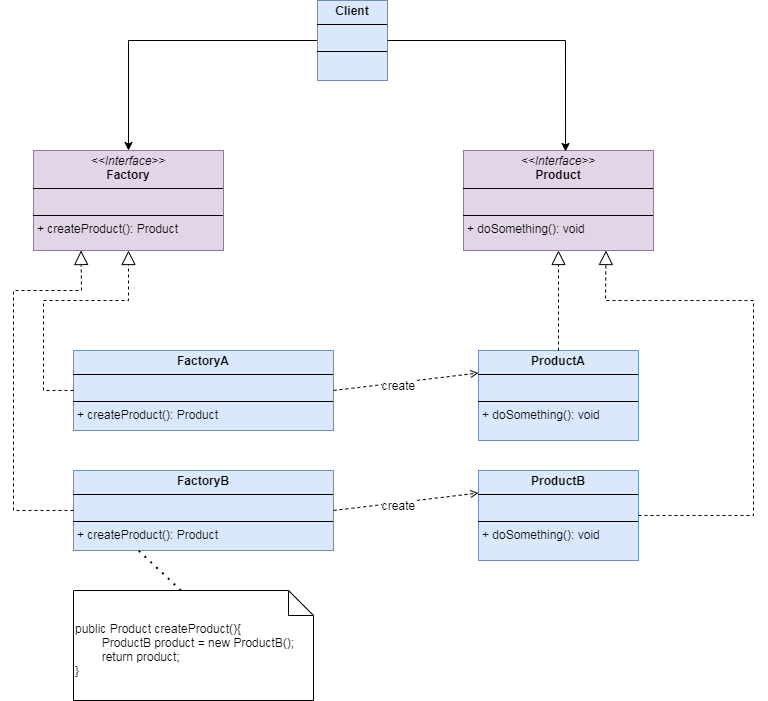
Above: assets/pictures/design-patterns/Pattern-Factory.drawio.png in sustamp/sustamp.github.io (draw.io), before the change. Source tidied: cells renumbered, new cells last; positions are measured from the earlier drawing's top-left corner, leaving out a move shared by most shapes.
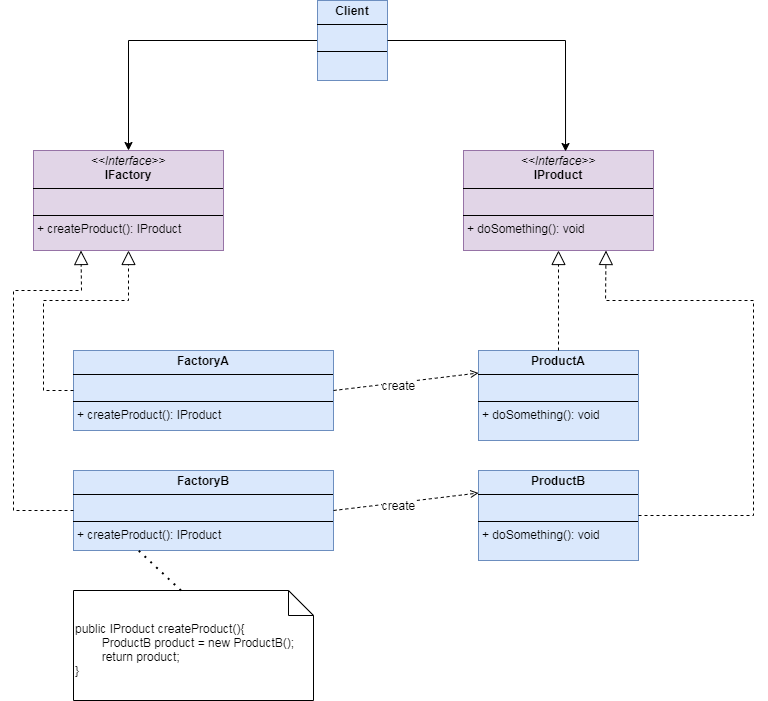
Above is the later version.

Change to the diagram source:
```diff
@@ -2,7 +2,7 @@
   <root>
     <mxCell id="0" />
     <mxCell id="1" parent="0" />
-    <mxCell id="2" value="&lt;p style=&quot;margin:0px;margin-top:4px;text-align:center;&quot;&gt;&lt;i&gt;&amp;lt;&amp;lt;Interface&amp;gt;&amp;gt;&lt;/i&gt;&lt;br&gt;&lt;b&gt;Product&lt;/b&gt;&lt;/p&gt;&lt;hr size=&quot;1&quot; style=&quot;border-style:solid;&quot;&gt;&lt;p style=&quot;margin:0px;margin-left:4px;&quot;&gt;&lt;br&gt;&lt;/p&gt;&lt;hr size=&quot;1&quot; style=&quot;border-style:solid;&quot;&gt;&lt;p style=&quot;margin:0px;margin-left:4px;&quot;&gt;+ doSomething(): void&lt;br&gt;&lt;/p&gt;" style="verticalAlign=top;align=left;overflow=fill;html=1;whiteSpace=wrap;fillColor=#e1d5e7;strokeColor=#9673a6;" parent="1" vertex="1">
+    <mxCell id="2" value="&lt;p style=&quot;margin:0px;margin-top:4px;text-align:center;&quot;&gt;&lt;i&gt;&amp;lt;&amp;lt;Interface&amp;gt;&amp;gt;&lt;/i&gt;&lt;br&gt;&lt;b&gt;IProduct&lt;/b&gt;&lt;/p&gt;&lt;hr size=&quot;1&quot; style=&quot;border-style:solid;&quot;&gt;&lt;p style=&quot;margin:0px;margin-left:4px;&quot;&gt;&lt;br&gt;&lt;/p&gt;&lt;hr size=&quot;1&quot; style=&quot;border-style:solid;&quot;&gt;&lt;p style=&quot;margin:0px;margin-left:4px;&quot;&gt;+ doSomething(): void&lt;br&gt;&lt;/p&gt;" style="verticalAlign=top;align=left;overflow=fill;html=1;whiteSpace=wrap;fillColor=#e1d5e7;strokeColor=#9673a6;" parent="1" vertex="1">
       <mxGeometry x="450" y="150" width="190" height="100" as="geometry" />
     </mxCell>
     <mxCell id="3" value="&lt;p style=&quot;margin:0px;margin-top:4px;text-align:center;&quot;&gt;&lt;b&gt;ProductA&lt;/b&gt;&lt;br&gt;&lt;/p&gt;&lt;hr size=&quot;1&quot; style=&quot;border-style:solid;&quot;&gt;&lt;p style=&quot;margin:0px;margin-left:4px;&quot;&gt;&lt;br&gt;&lt;/p&gt;&lt;hr size=&quot;1&quot; style=&quot;border-style:solid;&quot;&gt;&lt;p style=&quot;margin: 0px 0px 0px 4px;&quot;&gt;&lt;span style=&quot;background-color: initial;&quot;&gt;+ doSomething(): void&lt;/span&gt;&lt;br&gt;&lt;/p&gt;" style="verticalAlign=top;align=left;overflow=fill;html=1;whiteSpace=wrap;fillColor=#dae8fc;strokeColor=#6c8ebf;" parent="1" vertex="1">
@@ -23,13 +23,13 @@
         </Array>
       </mxGeometry>
     </mxCell>
-    <mxCell id="7" value="&lt;p style=&quot;margin: 4px 0px 0px; text-align: center;&quot;&gt;&lt;b&gt;FactoryA&lt;/b&gt;&lt;/p&gt;&lt;hr size=&quot;1&quot; style=&quot;border-style:solid;&quot;&gt;&lt;p style=&quot;margin:0px;margin-left:4px;&quot;&gt;&lt;br&gt;&lt;/p&gt;&lt;hr size=&quot;1&quot; style=&quot;border-style:solid;&quot;&gt;&lt;p style=&quot;margin:0px;margin-left:4px;&quot;&gt;+ createProduct(): Product&lt;/p&gt;" style="verticalAlign=top;align=left;overflow=fill;html=1;whiteSpace=wrap;fillColor=#dae8fc;strokeColor=#6c8ebf;" parent="1" vertex="1">
+    <mxCell id="7" value="&lt;p style=&quot;margin: 4px 0px 0px; text-align: center;&quot;&gt;&lt;b&gt;FactoryA&lt;/b&gt;&lt;/p&gt;&lt;hr size=&quot;1&quot; style=&quot;border-style:solid;&quot;&gt;&lt;p style=&quot;margin:0px;margin-left:4px;&quot;&gt;&lt;br&gt;&lt;/p&gt;&lt;hr size=&quot;1&quot; style=&quot;border-style:solid;&quot;&gt;&lt;p style=&quot;margin:0px;margin-left:4px;&quot;&gt;+ createProduct(): IProduct&lt;/p&gt;" style="verticalAlign=top;align=left;overflow=fill;html=1;whiteSpace=wrap;fillColor=#dae8fc;strokeColor=#6c8ebf;" parent="1" vertex="1">
       <mxGeometry x="60" y="350" width="260" height="80" as="geometry" />
     </mxCell>
-    <mxCell id="8" value="&lt;p style=&quot;margin:0px;margin-top:4px;text-align:center;&quot;&gt;&lt;i&gt;&amp;lt;&amp;lt;Interface&amp;gt;&amp;gt;&lt;/i&gt;&lt;br&gt;&lt;b&gt;Factory&lt;/b&gt;&lt;/p&gt;&lt;hr size=&quot;1&quot; style=&quot;border-style:solid;&quot;&gt;&lt;p style=&quot;margin:0px;margin-left:4px;&quot;&gt;&lt;br&gt;&lt;/p&gt;&lt;hr size=&quot;1&quot; style=&quot;border-style:solid;&quot;&gt;&lt;p style=&quot;margin:0px;margin-left:4px;&quot;&gt;+ createProduct(): Product&lt;br&gt;&lt;/p&gt;" style="verticalAlign=top;align=left;overflow=fill;html=1;whiteSpace=wrap;fillColor=#e1d5e7;strokeColor=#9673a6;" parent="1" vertex="1">
+    <mxCell id="8" value="&lt;p style=&quot;margin:0px;margin-top:4px;text-align:center;&quot;&gt;&lt;i&gt;&amp;lt;&amp;lt;Interface&amp;gt;&amp;gt;&lt;/i&gt;&lt;br&gt;&lt;b&gt;IFactory&lt;/b&gt;&lt;/p&gt;&lt;hr size=&quot;1&quot; style=&quot;border-style:solid;&quot;&gt;&lt;p style=&quot;margin:0px;margin-left:4px;&quot;&gt;&lt;br&gt;&lt;/p&gt;&lt;hr size=&quot;1&quot; style=&quot;border-style:solid;&quot;&gt;&lt;p style=&quot;margin:0px;margin-left:4px;&quot;&gt;+ createProduct(): IProduct&lt;br&gt;&lt;/p&gt;" style="verticalAlign=top;align=left;overflow=fill;html=1;whiteSpace=wrap;fillColor=#e1d5e7;strokeColor=#9673a6;" parent="1" vertex="1">
       <mxGeometry x="20" y="150" width="190" height="100" as="geometry" />
     </mxCell>
-    <mxCell id="9" value="&lt;p style=&quot;margin: 4px 0px 0px; text-align: center;&quot;&gt;&lt;b&gt;FactoryB&lt;/b&gt;&lt;/p&gt;&lt;hr size=&quot;1&quot; style=&quot;border-style:solid;&quot;&gt;&lt;p style=&quot;margin:0px;margin-left:4px;&quot;&gt;&lt;br&gt;&lt;/p&gt;&lt;hr size=&quot;1&quot; style=&quot;border-style:solid;&quot;&gt;&lt;p style=&quot;margin:0px;margin-left:4px;&quot;&gt;+ createProduct(): Product&lt;/p&gt;" style="verticalAlign=top;align=left;overflow=fill;html=1;whiteSpace=wrap;fillColor=#dae8fc;strokeColor=#6c8ebf;" parent="1" vertex="1">
+    <mxCell id="9" value="&lt;p style=&quot;margin: 4px 0px 0px; text-align: center;&quot;&gt;&lt;b&gt;FactoryB&lt;/b&gt;&lt;/p&gt;&lt;hr size=&quot;1&quot; style=&quot;border-style:solid;&quot;&gt;&lt;p style=&quot;margin:0px;margin-left:4px;&quot;&gt;&lt;br&gt;&lt;/p&gt;&lt;hr size=&quot;1&quot; style=&quot;border-style:solid;&quot;&gt;&lt;p style=&quot;margin:0px;margin-left:4px;&quot;&gt;+ createProduct(): IProduct&lt;/p&gt;" style="verticalAlign=top;align=left;overflow=fill;html=1;whiteSpace=wrap;fillColor=#dae8fc;strokeColor=#6c8ebf;" parent="1" vertex="1">
       <mxGeometry x="60" y="470" width="260" height="80" as="geometry" />
     </mxCell>
     <mxCell id="10" style="endArrow=block;dashed=1;endFill=0;endSize=12;html=1;rounded=0;entryX=0.5;entryY=1;entryDx=0;entryDy=0;exitX=0;exitY=0.5;exitDx=0;exitDy=0;" parent="1" edge="1" source="7" target="8">
@@ -66,7 +66,7 @@
         <mxPoint y="1" as="offset" />
       </mxGeometry>
     </mxCell>
-    <mxCell id="16" value="public Product createProduct(){&lt;div&gt;&lt;span style=&quot;white-space: pre;&quot;&gt;&#9;&lt;/span&gt;ProductB product = new ProductB();&lt;/div&gt;&lt;div&gt;&lt;span style=&quot;white-space: pre;&quot;&gt;&#9;&lt;/span&gt;return product;&lt;br&gt;&lt;/div&gt;&lt;div&gt;&lt;div&gt;}&lt;/div&gt;&lt;/div&gt;" style="shape=note2;boundedLbl=1;whiteSpace=wrap;html=1;size=25;verticalAlign=top;align=left;" parent="1" vertex="1">
+    <mxCell id="16" value="public IProduct createProduct(){&lt;div&gt;&lt;span style=&quot;white-space: pre;&quot;&gt;&#9;&lt;/span&gt;ProductB product = new ProductB();&lt;/div&gt;&lt;div&gt;&lt;span style=&quot;white-space: pre;&quot;&gt;&#9;&lt;/span&gt;return product;&lt;br&gt;&lt;/div&gt;&lt;div&gt;&lt;div&gt;}&lt;/div&gt;&lt;/div&gt;" style="shape=note2;boundedLbl=1;whiteSpace=wrap;html=1;size=25;verticalAlign=top;align=left;" parent="1" vertex="1">
       <mxGeometry x="60" y="590" width="240" height="110" as="geometry" />
     </mxCell>
     <mxCell id="17" style="endArrow=none;dashed=1;html=1;dashPattern=1 3;strokeWidth=2;rounded=0;entryX=0.25;entryY=1;entryDx=0;entryDy=0;exitX=0;exitY=0;exitDx=107.5;exitDy=0;exitPerimeter=0;" parent="1" edge="1" source="16" target="9">
```
